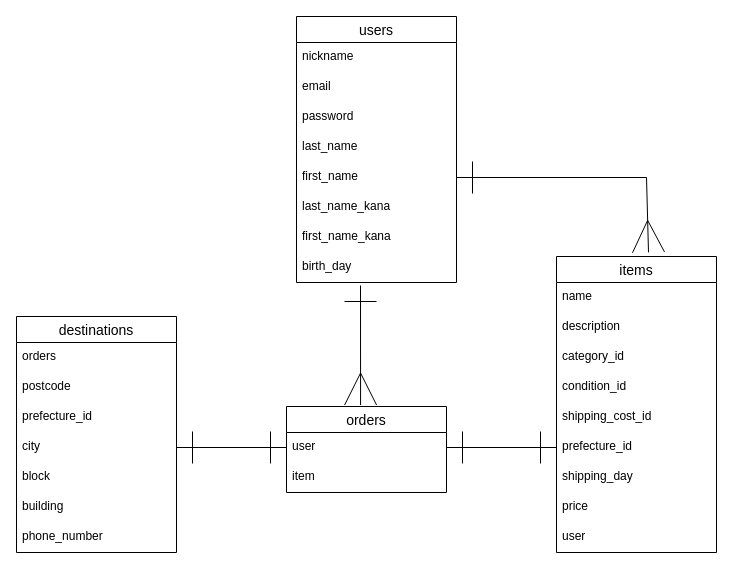
This is ER.dio from masarusiro/furima-38918, a draw.io file, before an edit. Source tidied: cells renumbered, new cells numbered last; positions are measured from the earlier drawing's top-left corner, leaving out a move shared by most shapes. Both pictures are drawn from the tidied source at 100%, with x=0, y=0 at pixel (16, 16).
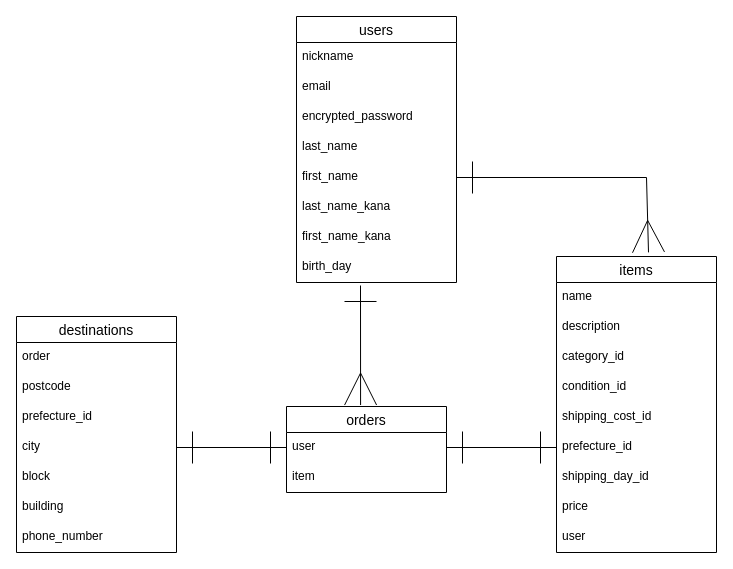
The same diagram, later.

The change refers to these unchanged cells:
```xml
<mxCell id="2" value="users" style="swimlane;fontStyle=0;horizontal=1;startSize=26;align=center;fontSize=14;" parent="1" vertex="1">
  <mxGeometry x="280" width="160" height="266" as="geometry" />
</mxCell>
<mxCell id="11" value="destinations" style="swimlane;fontStyle=0;horizontal=1;startSize=26;align=center;fontSize=14;" parent="1" vertex="1">
  <mxGeometry y="300" width="160" height="236" as="geometry" />
</mxCell>
<mxCell id="19" value="items" style="swimlane;fontStyle=0;horizontal=1;startSize=26;align=center;fontSize=14;" parent="1" vertex="1">
  <mxGeometry x="540" y="240" width="160" height="296" as="geometry" />
</mxCell>
```

Diff of the diagram source:
```diff
@@
-    <mxCell id="5" value="password" style="text;strokeColor=none;fillColor=none;spacingLeft=4;spacingRight=4;overflow=hidden;fontSize=12;" parent="2" vertex="1">
+    <mxCell id="5" value="encrypted_password" style="text;strokeColor=none;fillColor=none;spacingLeft=4;spacingRight=4;overflow=hidden;fontSize=12;" parent="2" vertex="1">
       <mxGeometry y="86" width="160" height="30" as="geometry" />
     </mxCell>
@@
-    <mxCell id="12" value="orders" style="text;strokeColor=none;fillColor=none;spacingLeft=4;spacingRight=4;overflow=hidden;fontSize=12;" parent="11" vertex="1">
+    <mxCell id="12" value="order" style="text;strokeColor=none;fillColor=none;spacingLeft=4;spacingRight=4;overflow=hidden;fontSize=12;" parent="11" vertex="1">
       <mxGeometry y="26" width="160" height="30" as="geometry" />
     </mxCell>
@@
-    <mxCell id="26" value="shipping_day" style="text;strokeColor=none;fillColor=none;spacingLeft=4;spacingRight=4;overflow=hidden;fontSize=12;" parent="19" vertex="1">
+    <mxCell id="26" value="shipping_day_id" style="text;strokeColor=none;fillColor=none;spacingLeft=4;spacingRight=4;overflow=hidden;fontSize=12;" parent="19" vertex="1">
       <mxGeometry y="206" width="160" height="30" as="geometry" />
     </mxCell>
```
